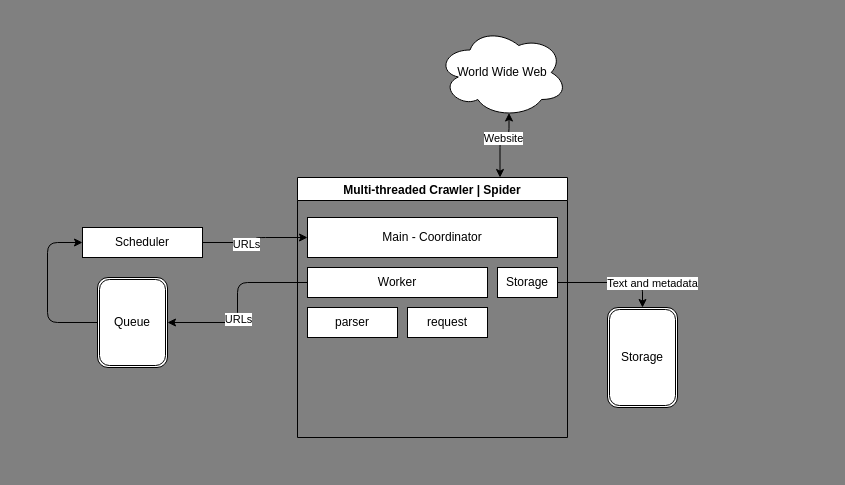
The draw.io diagram doc/webcrawler.drawio in wenzfe/python-hacking, before the edit. Source tidied: cells renumbered, new cells numbered last; positions are measured from the earlier drawing's top-left corner, leaving out a move shared by most shapes. Both pictures are drawn from the tidied source at 100%, with x=0, y=0 at pixel (47, 27).
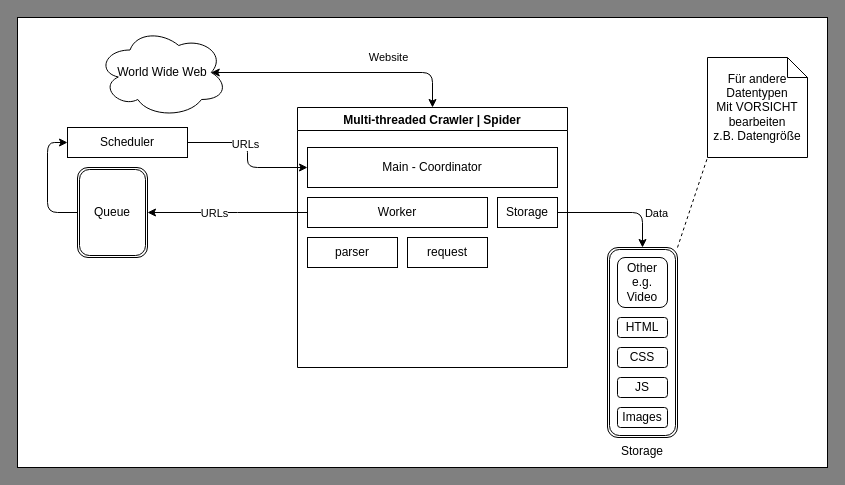
The same diagram, later.

Unchanged cells that the change refers to:
```xml
<mxCell id="10" value="Storage" style="rounded=0;whiteSpace=wrap;html=1;" parent="7" vertex="1">
  <mxGeometry x="200" y="90" width="60" height="30" as="geometry" />
</mxCell>
```

What changed in the source:
```diff
@@
+    <mxCell id="21" style="rounded=0;whiteSpace=wrap;html=1;" parent="1" vertex="1">
+      <mxGeometry x="-30" y="-10" width="810" height="450" as="geometry" />
+    </mxCell>
     <mxCell id="2" value="World Wide Web" style="ellipse;shape=cloud;whiteSpace=wrap;html=1;" parent="1" vertex="1">
-      <mxGeometry x="390" width="130" height="90" as="geometry" />
+      <mxGeometry x="50" width="130" height="90" as="geometry" />
     </mxCell>
     <mxCell id="3" value="Scheduler" style="rounded=0;whiteSpace=wrap;html=1;" parent="1" vertex="1">
-      <mxGeometry x="35" y="200" width="120" height="30" as="geometry" />
+      <mxGeometry x="20" y="100" width="120" height="30" as="geometry" />
     </mxCell>
     <mxCell id="4" value="Queue" style="shape=ext;double=1;rounded=1;whiteSpace=wrap;html=1;" parent="1" vertex="1">
-      <mxGeometry x="50" y="250" width="70" height="90" as="geometry" />
+      <mxGeometry x="30" y="140" width="70" height="90" as="geometry" />
     </mxCell>
+    <mxCell id="22" style="edgeStyle=none;html=1;exitX=1;exitY=0;exitDx=0;exitDy=0;entryX=0;entryY=1;entryDx=0;entryDy=0;entryPerimeter=0;dashed=1;endArrow=none;endFill=0;" parent="1" edge="1" source="5" target="28">
+      <mxGeometry relative="1" as="geometry" />
+    </mxCell>
-    <mxCell id="5" value="Storage" style="shape=ext;double=1;rounded=1;whiteSpace=wrap;html=1;" parent="1" vertex="1">
-      <mxGeometry x="560" y="280" width="70" height="100" as="geometry" />
+    <mxCell id="5" value="Storage" style="shape=ext;double=1;rounded=1;whiteSpace=wrap;html=1;labelPosition=center;verticalLabelPosition=bottom;align=center;verticalAlign=top;" parent="1" vertex="1">
+      <mxGeometry x="560" y="220" width="70" height="190" as="geometry" />
     </mxCell>
@@
     <mxCell id="7" value="Multi-threaded Crawler | Spider" style="swimlane;" parent="1" vertex="1">
-      <mxGeometry x="250" y="150" width="270" height="260" as="geometry" />
+      <mxGeometry x="250" y="80" width="270" height="260" as="geometry" />
     </mxCell>
@@
-    <mxCell id="13" style="edgeStyle=elbowEdgeStyle;elbow=vertical;endArrow=classic;html=1;entryX=0.75;entryY=0;entryDx=0;entryDy=0;exitX=0.55;exitY=0.95;exitDx=0;exitDy=0;exitPerimeter=0;startArrow=classic;startFill=1;" parent="1" edge="1" source="2" target="7">
+    <mxCell id="13" style="edgeStyle=elbowEdgeStyle;elbow=vertical;endArrow=classic;html=1;entryX=0.5;entryY=0;entryDx=0;entryDy=0;exitX=0.875;exitY=0.5;exitDx=0;exitDy=0;exitPerimeter=0;startArrow=classic;startFill=1;" parent="1" edge="1" source="2" target="7">
       <mxGeometry relative="1" as="geometry">
         <Array as="points">
-          <mxPoint x="453" y="110" />
+          <mxPoint x="280" y="45" />
         </Array>
       </mxGeometry>
     </mxCell>
@@
     <mxCell id="15" style="edgeStyle=elbowEdgeStyle;elbow=vertical;endArrow=classic;html=1;entryX=0.5;entryY=0;entryDx=0;entryDy=0;exitX=1;exitY=0.5;exitDx=0;exitDy=0;" parent="1" edge="1" source="10" target="5">
       <mxGeometry relative="1" as="geometry">
         <Array as="points">
-          <mxPoint x="570" y="255" />
+          <mxPoint x="560" y="185" />
         </Array>
       </mxGeometry>
     </mxCell>
-    <mxCell id="16" value="Text and metadata" style="edgeLabel;html=1;align=center;verticalAlign=middle;" parent="15" vertex="1">
+    <mxCell id="16" value="Data" style="edgeLabel;html=1;align=center;verticalAlign=middle;" parent="15" vertex="1">
       <mxGeometry x="-0.22" y="1" relative="1" as="geometry">
         <mxPoint x="51" y="1" as="offset" />
       </mxGeometry>
     </mxCell>
@@
+    <mxCell id="23" value="HTML" style="rounded=1;whiteSpace=wrap;html=1;" parent="1" vertex="1">
+      <mxGeometry x="570" y="290" width="50" height="20" as="geometry" />
+    </mxCell>
+    <mxCell id="24" value="CSS" style="rounded=1;whiteSpace=wrap;html=1;" parent="1" vertex="1">
+      <mxGeometry x="570" y="320" width="50" height="20" as="geometry" />
+    </mxCell>
+    <mxCell id="25" value="JS" style="rounded=1;whiteSpace=wrap;html=1;" parent="1" vertex="1">
+      <mxGeometry x="570" y="350" width="50" height="20" as="geometry" />
+    </mxCell>
+    <mxCell id="26" value="Images" style="rounded=1;whiteSpace=wrap;html=1;" parent="1" vertex="1">
+      <mxGeometry x="570" y="380" width="50" height="20" as="geometry" />
+    </mxCell>
+    <mxCell id="27" value="Other&lt;br&gt;e.g. Video" style="rounded=1;whiteSpace=wrap;html=1;" parent="1" vertex="1">
+      <mxGeometry x="570" y="230" width="50" height="50" as="geometry" />
+    </mxCell>
+    <mxCell id="28" value="Für andere Datentypen&lt;br&gt;Mit VORSICHT bearbeiten&lt;br&gt;z.B. Datengröße" style="shape=note;size=20;whiteSpace=wrap;html=1;" parent="1" vertex="1">
+      <mxGeometry x="660" y="30" width="100" height="100" as="geometry" />
+    </mxCell>
```
